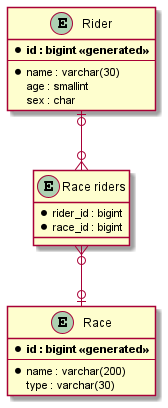
Before: documentation/erd.png, a diagram exported from PlantUML (khanahoe-qa/HWA-Project).
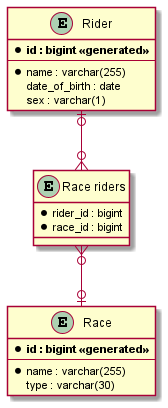
The same file after the commit.

Change to the diagram source:
```diff
@@ -5,9 +5,9 @@
 entity "Rider" as rider {
 	* **id : bigint <<generated>>**
 	--
-	*name : varchar(30)
-	age : smallint
-	sex : char
+	*name : varchar(255)
+	date_of_birth : date
+	sex : varchar(1)
 }
 
 entity "Race riders" as race_riders {
@@ -18,7 +18,7 @@
 entity "Race" as race {
 	* **id : bigint <<generated>>**
 	--
-	* name : varchar(200)
+	* name : varchar(255)
 	type : varchar(30)
 }
 
```
